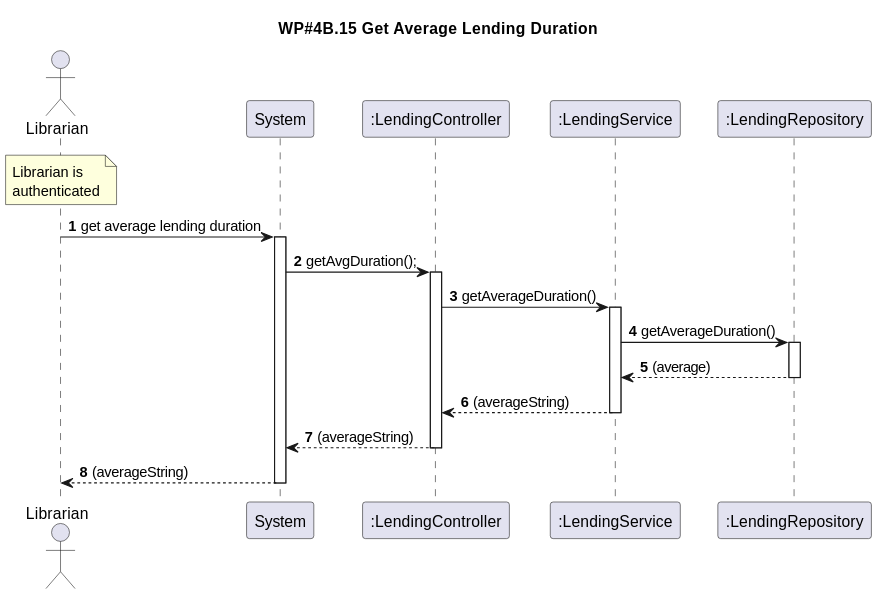
Before: Docs/Phase2/WP4B-Lendings/Ph2-15-GetAverageDuration/Ph2-15-GetAverageDuration-SD.svg, a diagram exported from PlantUML (rutemf/1220944_1220772_G01).
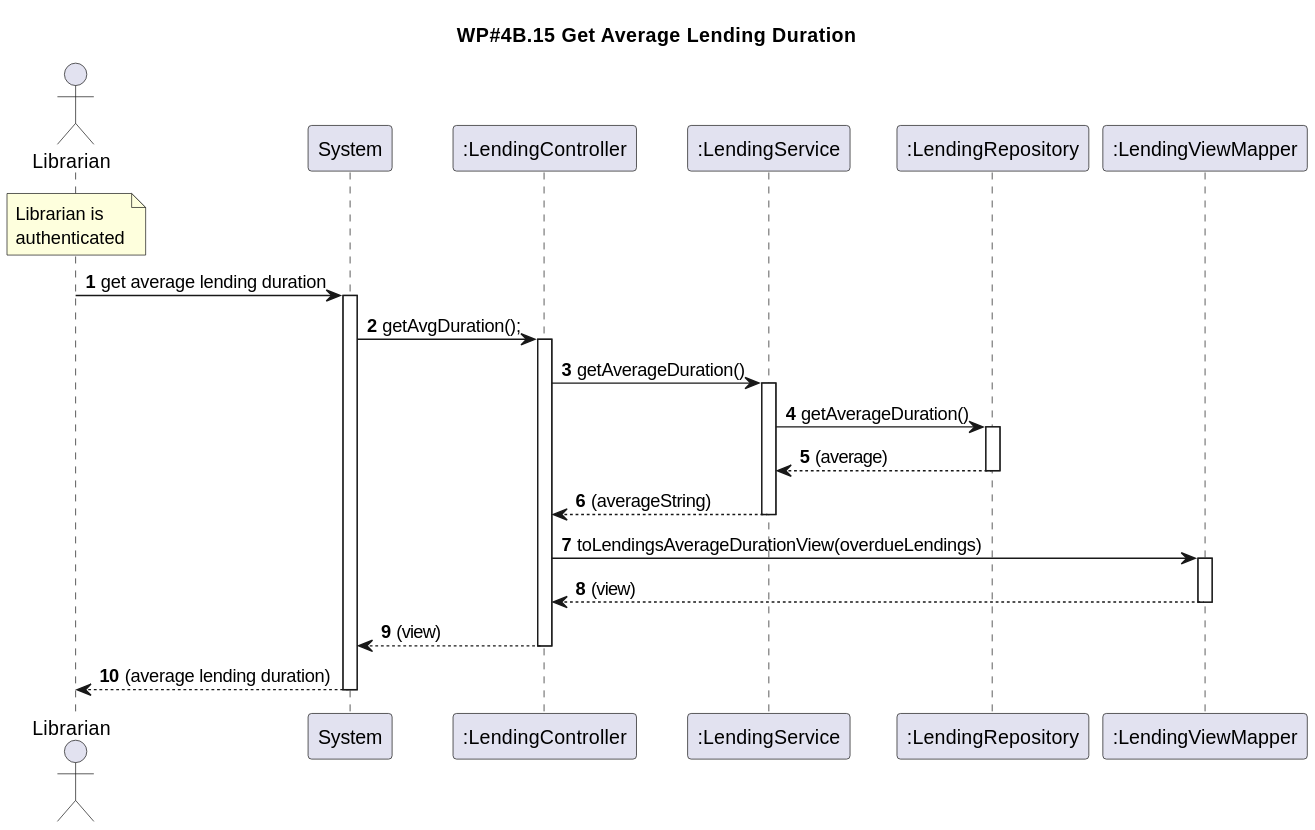
Later version of the same file.

Diff of the diagram source:
```diff
@@ -9,6 +9,8 @@
 participant ":LendingController" as Ctrl
 participant ":LendingService" as Service
 participant ":LendingRepository" as LendingRepo
+participant ":LendingViewMapper" as Mapper
+
 
 note over Librarian : Librarian is\nauthenticated
 
@@ -20,6 +22,8 @@
 Service -> LendingRepo: getAverageDuration()
 LendingRepo --> Service: (average)
 Service --> Ctrl: (averageString)
-Ctrl --> System: (averageString)
-System --> Librarian: (averageString)
+Ctrl -> Mapper: toLendingsAverageDurationView(overdueLendings)
+Mapper --> Ctrl: (view)
+Ctrl --> System: (view)
+System --> Librarian: (average lending duration)
 @enduml
```
